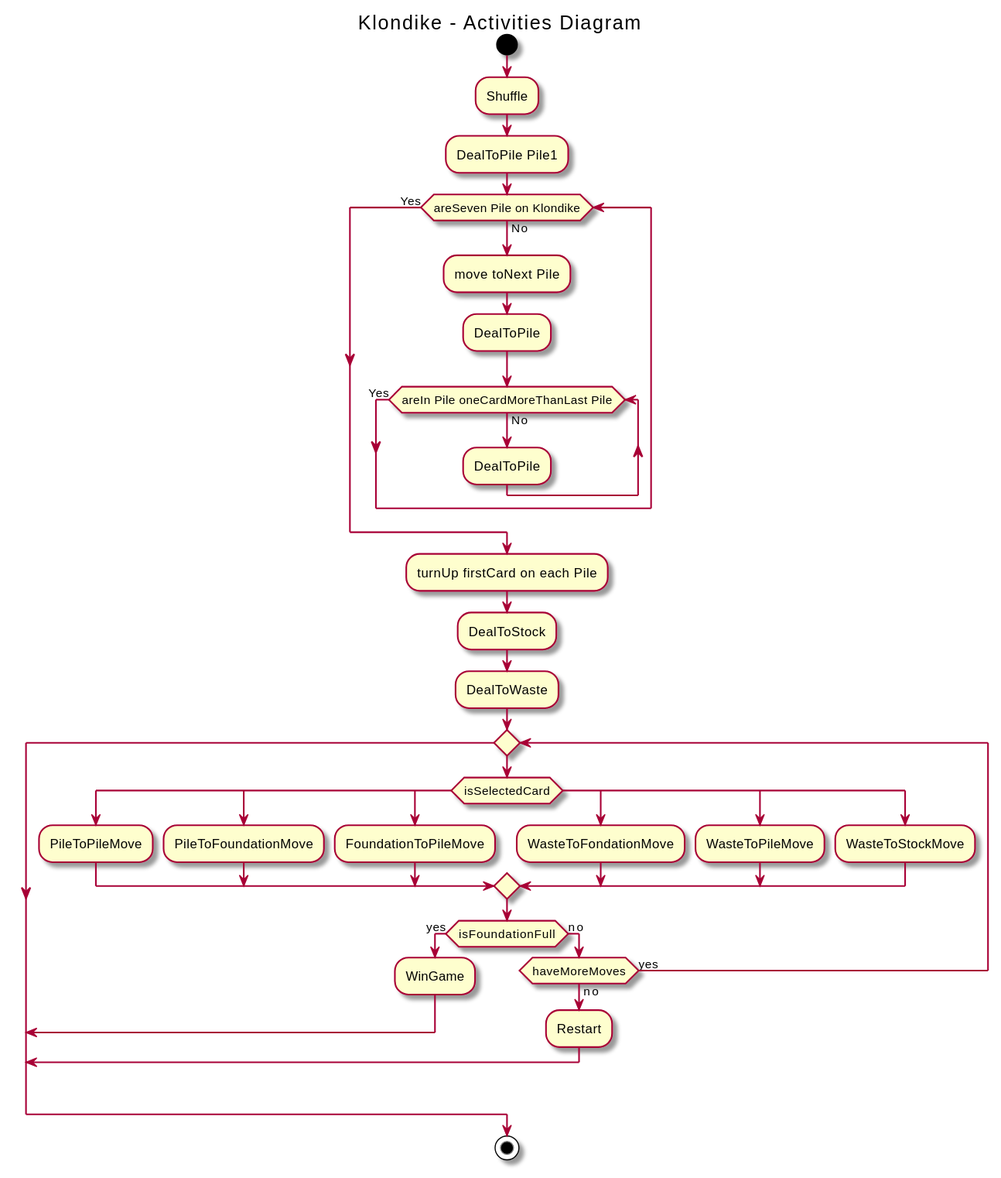
AngelOS95P/Maestria_IngSoftware_grupo6 keeps this PlantUML diagram as out/1 Modelo de Dominio/04_Diagrama de actividades/ActivitiesDiagram.svg. Above is the earlier version.
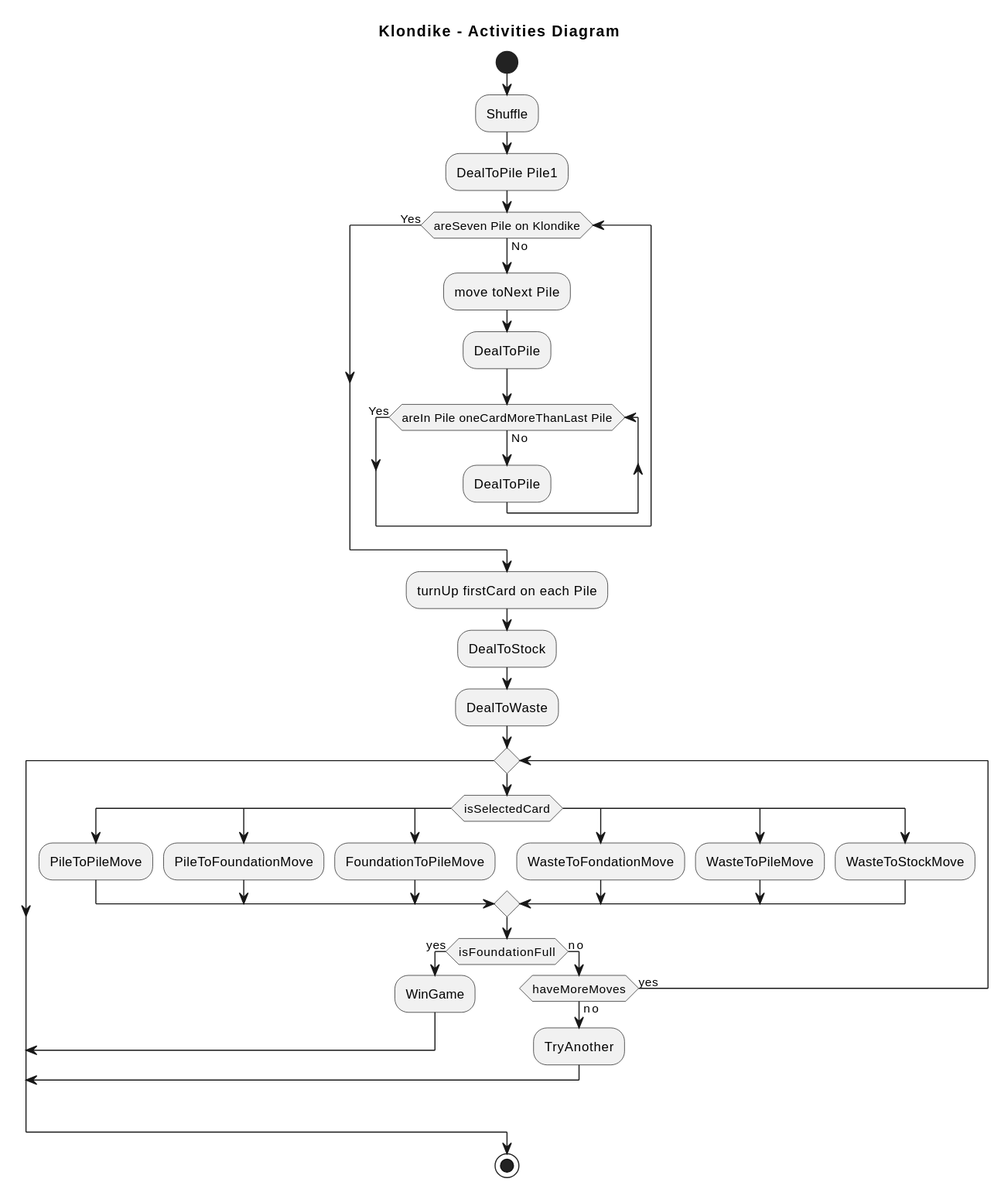
The same file after the commit.

The edit, as a diff of the source:
```diff
@@ -40,7 +40,7 @@
     break;
   else (no)
     if (haveMoreMoves) then (no)
-      :Restart;
+      :TryAnother;
       break;
     else (yes)
     endif
```
